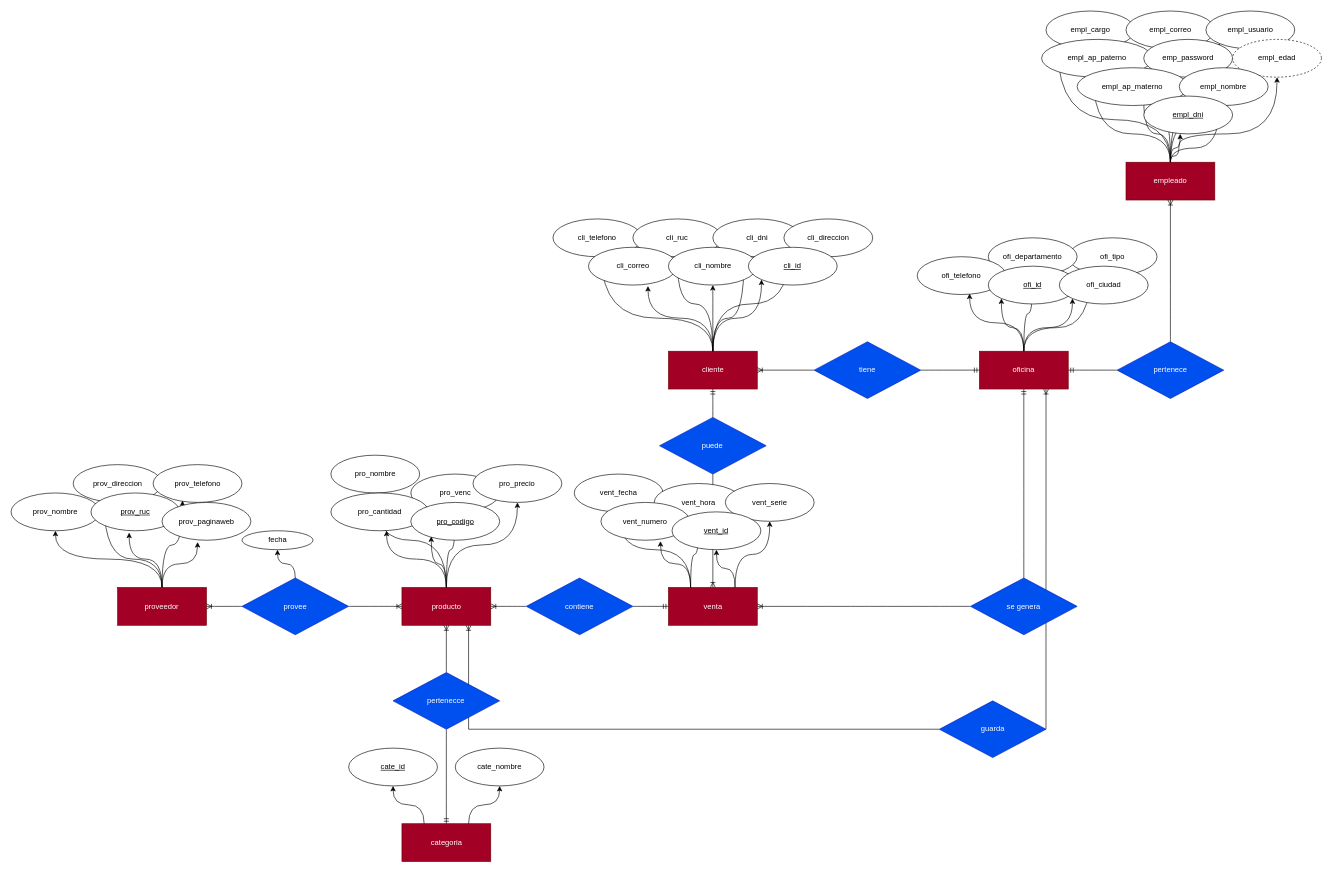
This is sistema de venta.drawio from armindnwyr/tda3, a draw.io file, before an edit. Source tidied: cells renumbered, new cells numbered last; positions are measured from the earlier drawing's top-left corner, leaving out a move shared by most shapes. Both pictures are drawn from the tidied source at 63%, with x=0, y=0 at pixel (11, 11).
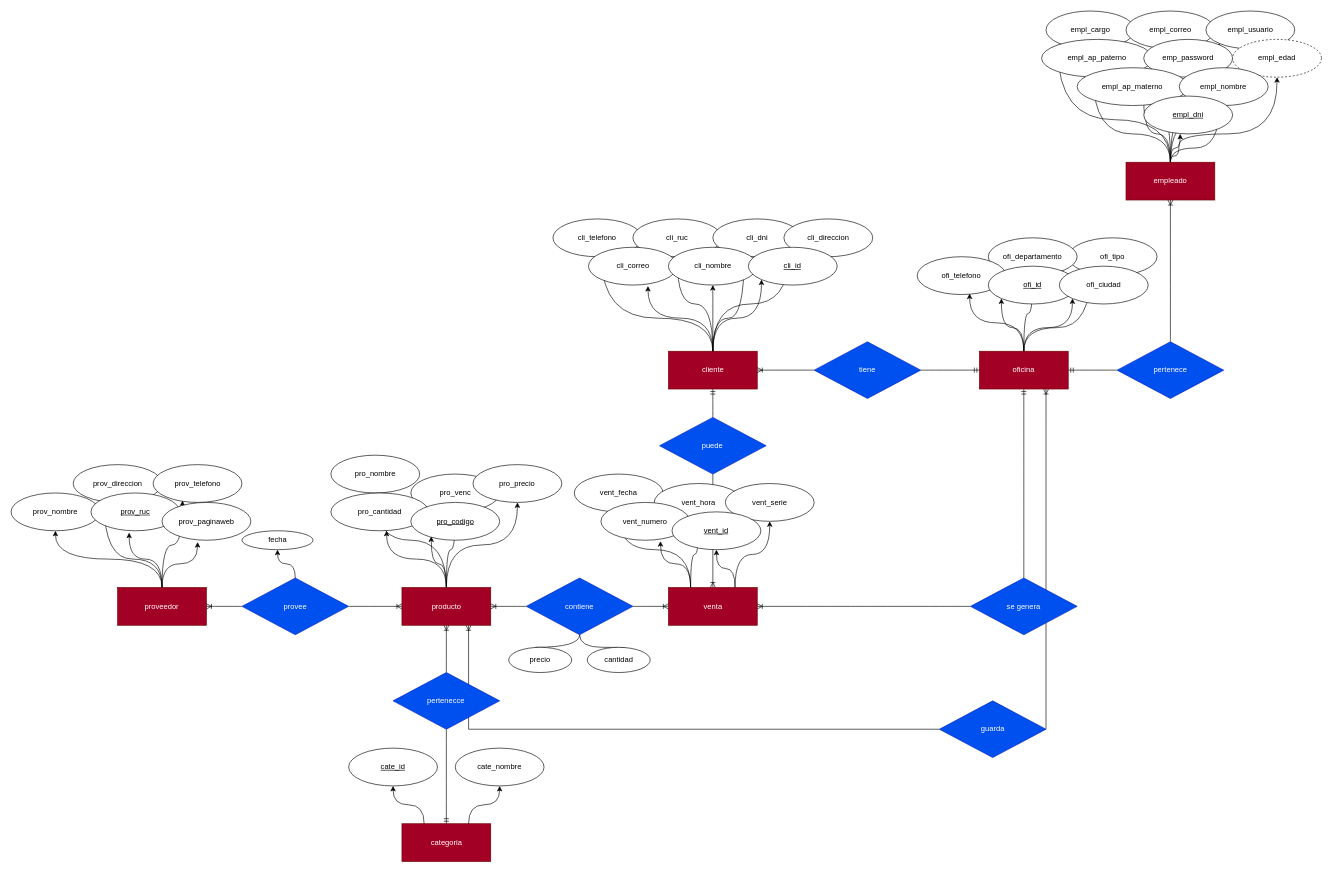
The same diagram, later.

The change refers to these unchanged cells:
```xml
<mxCell id="2" style="group;strokeWidth=1;spacing=2;" parent="1" vertex="1">
  <mxGeometry width="2080" height="1350" as="geometry" />
</mxCell>
<mxCell id="20" value="venta" style="whiteSpace=wrap;align=center;fillColor=#a20025;strokeColor=#6F0000;fontColor=#ffffff;strokeWidth=1;spacing=2;" parent="2" vertex="1">
  <mxGeometry x="1043.5" y="915" width="141" height="60" as="geometry" />
</mxCell>
<mxCell id="99" value="contiene" style="shape=rhombus;perimeter=rhombusPerimeter;whiteSpace=wrap;align=center;fillColor=#0050ef;strokeColor=#001DBC;fontColor=#ffffff;strokeWidth=1;spacing=2;" parent="2" vertex="1">
  <mxGeometry x="817.9" y="900" width="169.2" height="90" as="geometry" />
</mxCell>
```

What changed in the source:
```diff
@@
-    <mxCell id="97" style="edgeStyle=orthogonalEdgeStyle;curved=1;rounded=0;jettySize=auto;exitX=1;exitY=0.5;exitDx=0;exitDy=0;endArrow=ERmandOne;endFill=0;entryX=0;entryY=0.5;entryDx=0;entryDy=0;strokeWidth=1;spacing=2;" parent="2" edge="1" source="99" target="20">
+    <mxCell id="97" style="edgeStyle=orthogonalEdgeStyle;curved=1;rounded=0;jettySize=auto;exitX=1;exitY=0.5;exitDx=0;exitDy=0;endArrow=ERoneToMany;endFill=0;entryX=0;entryY=0.5;entryDx=0;entryDy=0;strokeWidth=1;spacing=2;" parent="2" edge="1" source="99" target="20">
       <mxGeometry relative="1" as="geometry" />
     </mxCell>
@@
+    <mxCell id="112" style="edgeStyle=orthogonalEdgeStyle;rounded=0;jettySize=auto;html=1;entryX=0.42;entryY=0;entryDx=0;entryDy=0;entryPerimeter=0;endArrow=none;endFill=0;curved=1;" parent="2" edge="1" source="99" target="114">
+      <mxGeometry relative="1" as="geometry" />
+    </mxCell>
+    <mxCell id="113" style="edgeStyle=orthogonalEdgeStyle;curved=1;rounded=0;jettySize=auto;html=1;entryX=0.604;entryY=0.025;entryDx=0;entryDy=0;entryPerimeter=0;endArrow=none;endFill=0;" parent="2" edge="1" source="99" target="115">
+      <mxGeometry relative="1" as="geometry" />
+    </mxCell>
@@
+    <mxCell id="114" value="precio" style="ellipse;whiteSpace=wrap;html=1;align=center;" parent="2" vertex="1">
+      <mxGeometry x="790" y="1010" width="100" height="40" as="geometry" />
+    </mxCell>
+    <mxCell id="115" value="cantidad" style="ellipse;whiteSpace=wrap;html=1;align=center;" parent="2" vertex="1">
+      <mxGeometry x="914.6" y="1010" width="100" height="40" as="geometry" />
+    </mxCell>
```
